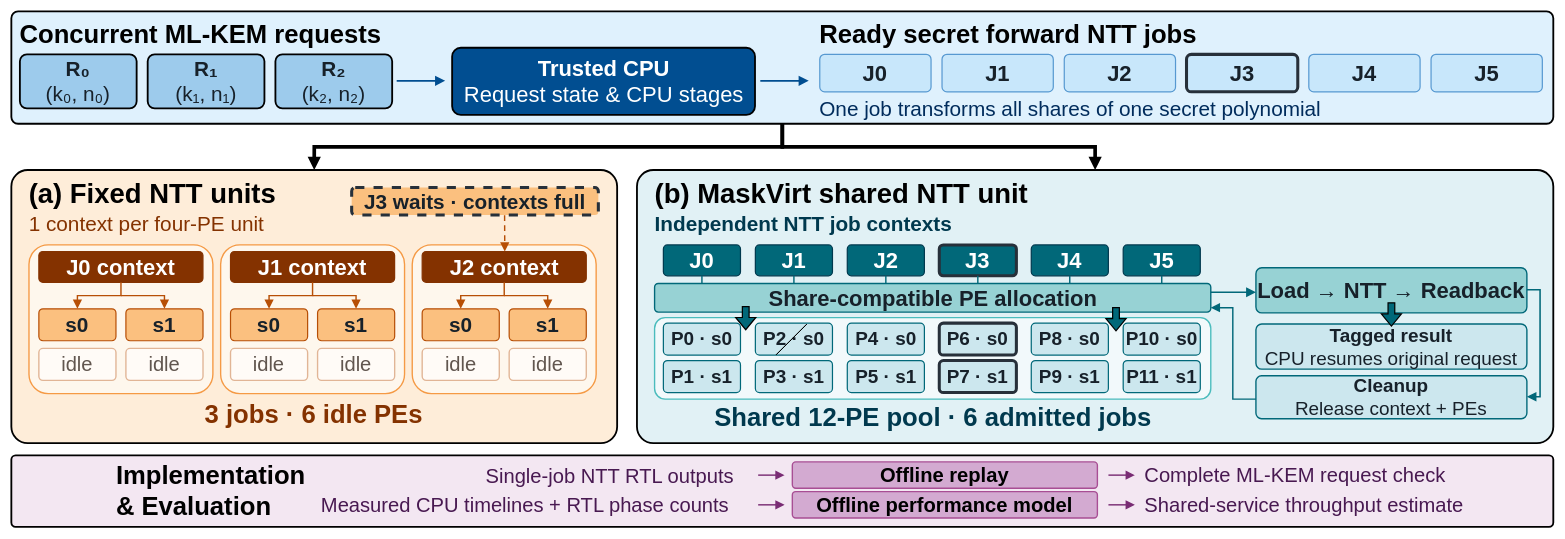
ZKY6662017/iodraw-files keeps this draw.io diagram as all/DAC2026/MaskVirt_fig1.drawio. Above is the earlier version. Source tidied: cells renumbered, new cells numbered last; positions are measured from the earlier drawing's top-left corner, leaving out a move shared by most shapes. Both pictures are drawn from the tidied source at 61%, with x=0, y=0 at pixel (11, 11).
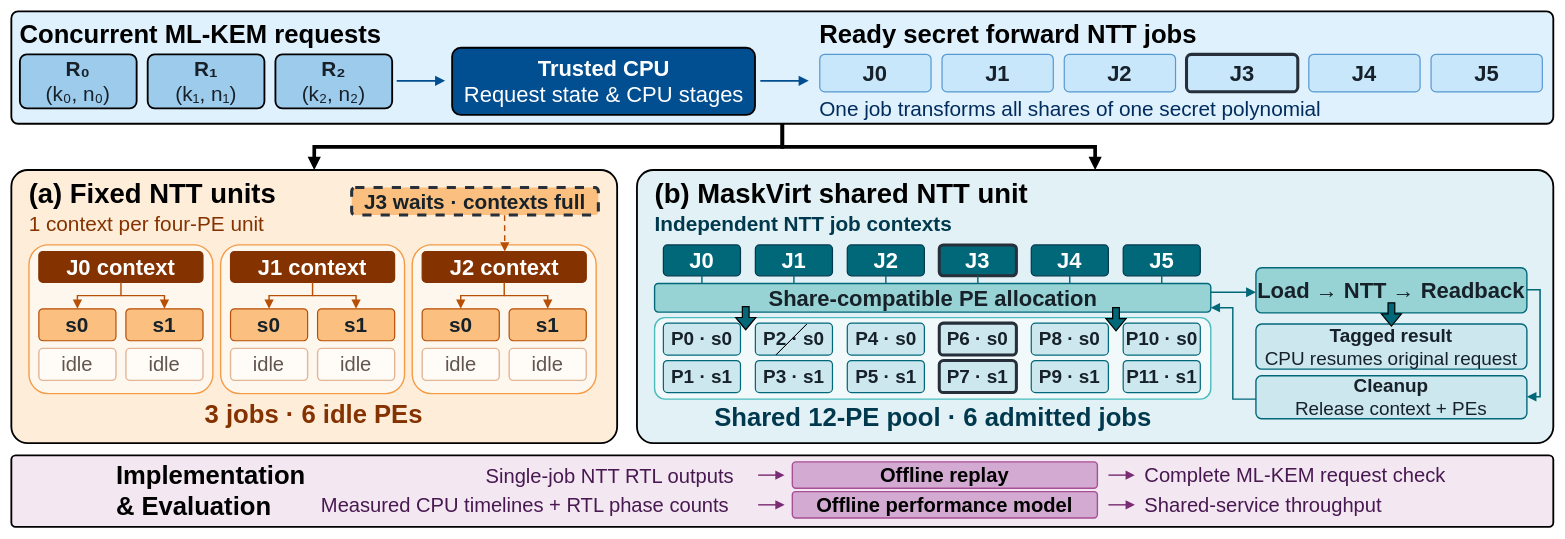
The same diagram, later.

The edit, as a diff of the source:
```diff
@@
-    <mxCell id="96" value="Shared-service throughput estimate" style="html=1;whiteSpace=wrap;verticalAlign=middle;align=left;fontFamily=Helvetica;fontSize=33;fontColor=#481951;fontStyle=0;fillColor=none;strokeColor=none;strokeWidth=2.26;rounded=0;arcSize=13;spacing=0;dashed=0;" parent="1" vertex="1">
+    <mxCell id="96" value="Shared-service throughput&amp;nbsp;" style="html=1;whiteSpace=wrap;verticalAlign=middle;align=left;fontFamily=Helvetica;fontSize=33;fontColor=#481951;fontStyle=0;fillColor=none;strokeColor=none;strokeWidth=2.26;rounded=0;arcSize=13;spacing=0;dashed=0;" parent="1" vertex="1">
       <mxGeometry x="1858.1" y="787.4" width="640.9" height="43.3" as="geometry" />
     </mxCell>
```
